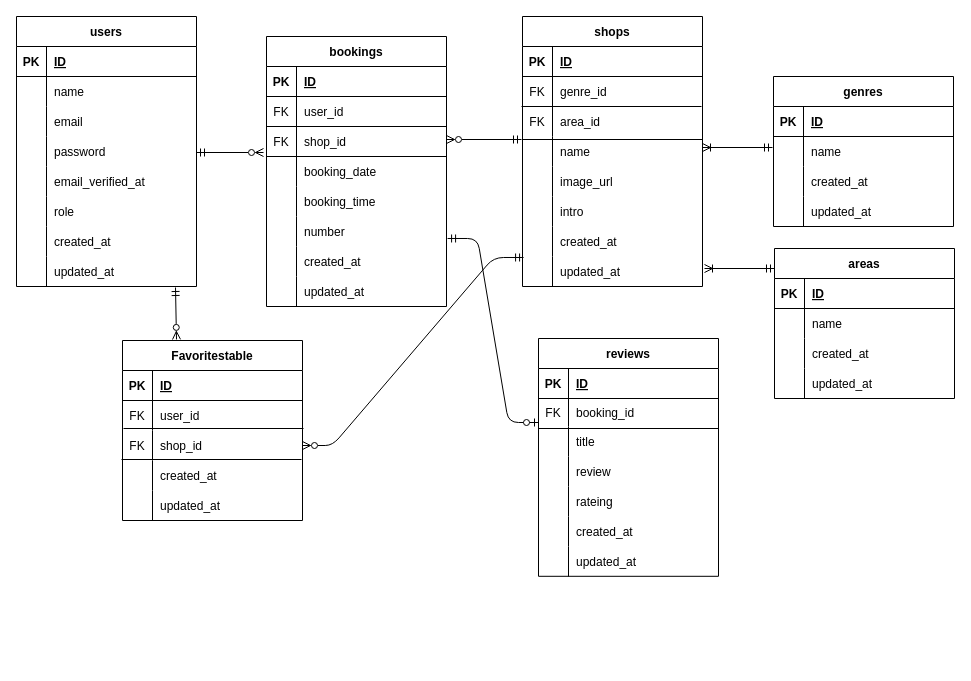
This is ER.drawio from Otsumu/Diningnavi, a draw.io file, before an edit. Source tidied: cells renumbered, new cells numbered last; positions are measured from the earlier drawing's top-left corner, leaving out a move shared by most shapes. Both pictures are drawn from the tidied source at 100%, with x=0, y=0 at pixel (16, 16).
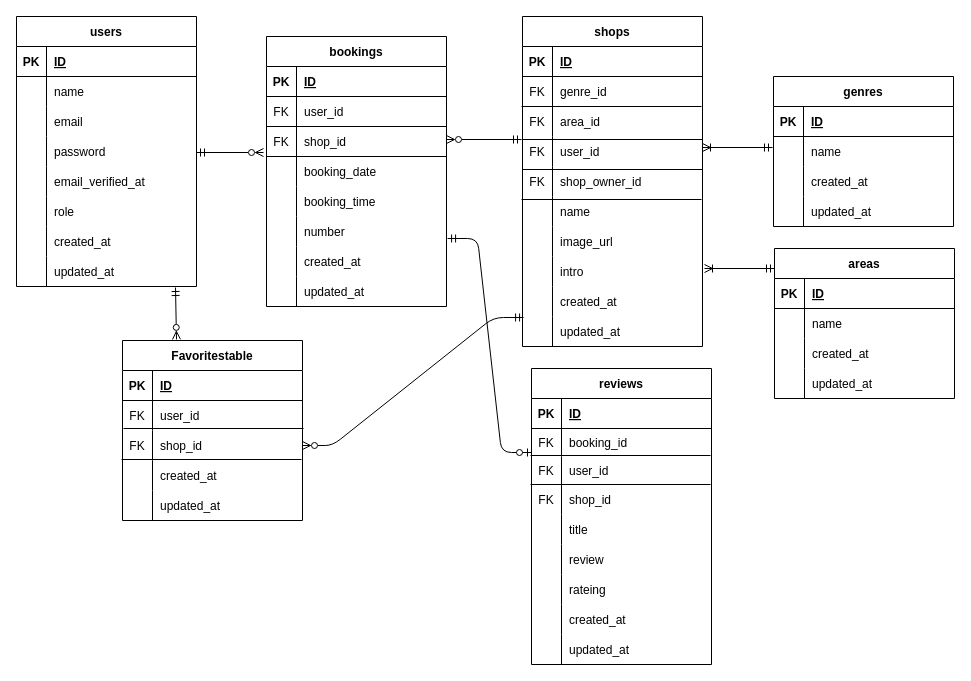
The same page after the edit.

What changed in the source:
```diff
@@
     <mxCell id="27" value="shops" style="shape=table;startSize=30;childLayout=tableLayout;rowLines=0;fontStyle=1;align=center;rounded=0;" parent="1" vertex="1">
-      <mxGeometry x="506" width="180" height="270" as="geometry" />
+      <mxGeometry x="506" width="180" height="330" as="geometry" />
     </mxCell>
@@
+    <mxCell id="156" style="shape=tableRow;horizontal=0;startSize=0;swimlaneHead=0;swimlaneBody=0;fillColor=none;top=0;left=0;right=0;bottom=0;rounded=0;" parent="27" vertex="1">
+      <mxGeometry y="120" width="180" height="30" as="geometry" />
+    </mxCell>
+    <mxCell id="157" value="FK" style="shape=partialRectangle;fillColor=none;top=0;left=0;bottom=0;right=0;overflow=hidden;rounded=0;" parent="156" vertex="1">
+      <mxGeometry width="30" height="30" as="geometry" />
+    </mxCell>
+    <mxCell id="158" value="user_id" style="shape=partialRectangle;fillColor=none;top=0;left=0;bottom=0;right=0;align=left;spacingLeft=6;overflow=hidden;rounded=0;" parent="156" vertex="1">
+      <mxGeometry x="30" width="150" height="30" as="geometry" />
+    </mxCell>
+    <mxCell id="159" style="shape=tableRow;horizontal=0;startSize=0;swimlaneHead=0;swimlaneBody=0;fillColor=none;top=0;left=0;right=0;bottom=0;rounded=0;" parent="27" vertex="1">
+      <mxGeometry y="150" width="180" height="30" as="geometry" />
+    </mxCell>
+    <mxCell id="160" value="FK" style="shape=partialRectangle;fillColor=none;top=0;left=0;bottom=0;right=0;overflow=hidden;rounded=0;" parent="159" vertex="1">
+      <mxGeometry width="30" height="30" as="geometry" />
+    </mxCell>
+    <mxCell id="161" value="shop_owner_id" style="shape=partialRectangle;fillColor=none;top=0;left=0;bottom=0;right=0;align=left;spacingLeft=6;overflow=hidden;rounded=0;" parent="159" vertex="1">
+      <mxGeometry x="30" width="150" height="30" as="geometry" />
+    </mxCell>
     <mxCell id="37" style="shape=tableRow;horizontal=0;startSize=0;swimlaneHead=0;swimlaneBody=0;fillColor=none;top=0;left=0;right=0;bottom=0;rounded=0;" parent="27" vertex="1">
-      <mxGeometry y="120" width="180" height="30" as="geometry" />
+      <mxGeometry y="180" width="180" height="30" as="geometry" />
     </mxCell>
@@
     <mxCell id="40" style="shape=tableRow;horizontal=0;startSize=0;swimlaneHead=0;swimlaneBody=0;fillColor=none;top=0;left=0;right=0;bottom=0;rounded=0;" parent="27" vertex="1">
-      <mxGeometry y="150" width="180" height="30" as="geometry" />
+      <mxGeometry y="210" width="180" height="30" as="geometry" />
     </mxCell>
@@
     <mxCell id="43" style="shape=tableRow;horizontal=0;startSize=0;swimlaneHead=0;swimlaneBody=0;fillColor=none;top=0;left=0;right=0;bottom=0;rounded=0;" parent="27" vertex="1">
-      <mxGeometry y="180" width="180" height="30" as="geometry" />
+      <mxGeometry y="240" width="180" height="30" as="geometry" />
     </mxCell>
@@
     <mxCell id="46" style="shape=tableRow;horizontal=0;startSize=0;swimlaneHead=0;swimlaneBody=0;fillColor=none;points=[[0,0.5],[1,0.5]];portConstraint=eastwest;top=0;left=0;right=0;bottom=0;rounded=0;" parent="27" vertex="1">
-      <mxGeometry y="210" width="180" height="30" as="geometry" />
+      <mxGeometry y="270" width="180" height="30" as="geometry" />
     </mxCell>
@@
     <mxCell id="49" style="shape=tableRow;horizontal=0;startSize=0;swimlaneHead=0;swimlaneBody=0;fillColor=none;top=0;left=0;right=0;bottom=0;rounded=0;" parent="27" vertex="1">
-      <mxGeometry y="240" width="180" height="30" as="geometry" />
+      <mxGeometry y="300" width="180" height="30" as="geometry" />
     </mxCell>
@@
     <mxCell id="122" value="reviews" style="shape=table;startSize=30;childLayout=tableLayout;rowLines=0;fontStyle=1;align=center;rounded=0;" parent="1" vertex="1">
-      <mxGeometry x="522" y="322" width="180" height="237.8" as="geometry" />
+      <mxGeometry x="515" y="352" width="180" height="296" as="geometry" />
     </mxCell>
@@
+    <mxCell id="162" style="shape=tableRow;horizontal=0;startSize=0;swimlaneHead=0;swimlaneBody=0;fillColor=none;top=0;left=0;right=0;bottom=0;rounded=0;" parent="122" vertex="1">
+      <mxGeometry y="88" width="180" height="28" as="geometry" />
+    </mxCell>
+    <mxCell id="163" value="FK" style="shape=partialRectangle;fillColor=none;top=0;left=0;bottom=0;right=0;overflow=hidden;rounded=0;" parent="162" vertex="1">
+      <mxGeometry width="30" height="28" as="geometry" />
+    </mxCell>
+    <mxCell id="164" value="user_id" style="shape=partialRectangle;fillColor=none;top=0;left=0;bottom=0;right=0;align=left;spacingLeft=6;overflow=hidden;rounded=0;" parent="162" vertex="1">
+      <mxGeometry x="30" width="150" height="28" as="geometry" />
+    </mxCell>
+    <mxCell id="165" style="shape=tableRow;horizontal=0;startSize=0;swimlaneHead=0;swimlaneBody=0;fillColor=none;top=0;left=0;right=0;bottom=0;rounded=0;" parent="122" vertex="1">
+      <mxGeometry y="116" width="180" height="30" as="geometry" />
+    </mxCell>
+    <mxCell id="166" value="FK" style="shape=partialRectangle;fillColor=none;top=0;left=0;bottom=0;right=0;overflow=hidden;rounded=0;" parent="165" vertex="1">
+      <mxGeometry width="30" height="30" as="geometry" />
+    </mxCell>
+    <mxCell id="167" value="shop_id" style="shape=partialRectangle;fillColor=none;top=0;left=0;bottom=0;right=0;align=left;spacingLeft=6;overflow=hidden;rounded=0;" parent="165" vertex="1">
+      <mxGeometry x="30" width="150" height="30" as="geometry" />
+    </mxCell>
     <mxCell id="129" style="shape=tableRow;horizontal=0;startSize=0;swimlaneHead=0;swimlaneBody=0;fillColor=none;top=0;left=0;right=0;bottom=0;rounded=0;" parent="122" vertex="1">
-      <mxGeometry y="88" width="180" height="30" as="geometry" />
+      <mxGeometry y="146" width="180" height="30" as="geometry" />
     </mxCell>
@@
     <mxCell id="132" style="shape=tableRow;horizontal=0;startSize=0;swimlaneHead=0;swimlaneBody=0;fillColor=none;top=0;left=0;right=0;bottom=0;rounded=0;" parent="122" vertex="1">
-      <mxGeometry y="118" width="180" height="30" as="geometry" />
+      <mxGeometry y="176" width="180" height="30" as="geometry" />
     </mxCell>
@@
     <mxCell id="135" style="shape=tableRow;horizontal=0;startSize=0;swimlaneHead=0;swimlaneBody=0;fillColor=none;top=0;left=0;right=0;bottom=0;rounded=0;" parent="122" vertex="1">
-      <mxGeometry y="148" width="180" height="30" as="geometry" />
+      <mxGeometry y="206" width="180" height="30" as="geometry" />
     </mxCell>
@@
     <mxCell id="138" style="shape=tableRow;horizontal=0;startSize=0;swimlaneHead=0;swimlaneBody=0;fillColor=none;top=0;left=0;right=0;bottom=0;rounded=0;" parent="122" vertex="1">
-      <mxGeometry y="178" width="180" height="30" as="geometry" />
+      <mxGeometry y="236" width="180" height="30" as="geometry" />
     </mxCell>
@@
     <mxCell id="141" style="shape=tableRow;horizontal=0;startSize=0;swimlaneHead=0;swimlaneBody=0;fillColor=none;top=0;left=0;right=0;bottom=0;rounded=0;" parent="122" vertex="1">
-      <mxGeometry y="208" width="180" height="30" as="geometry" />
+      <mxGeometry y="266" width="180" height="30" as="geometry" />
     </mxCell>
@@
-    <mxCell id="144" style="endArrow=none;html=1;rounded=0;" parent="1" edge="1">
-      <mxGeometry relative="1" as="geometry">
-        <mxPoint x="522" y="412" as="sourcePoint" />
-        <mxPoint x="702" y="412" as="targetPoint" />
-      </mxGeometry>
-    </mxCell>
@@
+    <mxCell id="168" style="endArrow=none;html=1;rounded=0;" parent="1" edge="1">
+      <mxGeometry relative="1" as="geometry">
+        <mxPoint x="514" y="439" as="sourcePoint" />
+        <mxPoint x="694" y="439" as="targetPoint" />
+      </mxGeometry>
+    </mxCell>
+    <mxCell id="169" style="endArrow=none;html=1;rounded=0;" parent="1" edge="1">
+      <mxGeometry relative="1" as="geometry">
+        <mxPoint x="514" y="468" as="sourcePoint" />
+        <mxPoint x="694" y="468" as="targetPoint" />
+      </mxGeometry>
+    </mxCell>
+    <mxCell id="170" style="endArrow=none;html=1;rounded=0;" parent="1" edge="1">
+      <mxGeometry relative="1" as="geometry">
+        <mxPoint x="506" y="153" as="sourcePoint" />
+        <mxPoint x="686" y="153" as="targetPoint" />
+      </mxGeometry>
+    </mxCell>
+    <mxCell id="171" style="endArrow=none;html=1;rounded=0;" parent="1" edge="1">
+      <mxGeometry relative="1" as="geometry">
+        <mxPoint x="505" y="183" as="sourcePoint" />
+        <mxPoint x="685" y="183" as="targetPoint" />
+      </mxGeometry>
+    </mxCell>
```
